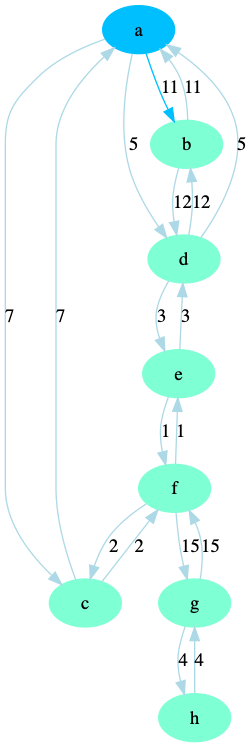
Before: run/output/graph002.gv.png, a diagram exported from Graphviz (CarlosMatheus/Distributed-Minimum-Spanning-Tree). Its source is kept beside it as run/output/graph002.gv. Source of this version:
```dot
digraph "output/graph002" {
	a [color=deepskyblue1 style=filled]
	b [color=aquamarine style=filled]
	c [color=aquamarine style=filled]
	d [color=aquamarine style=filled]
	e [color=aquamarine style=filled]
	f [color=aquamarine style=filled]
	g [color=aquamarine style=filled]
	h [color=aquamarine style=filled]
	a -> b [label=11 color=deepskyblue1]
	b -> a [label=11 color=lightblue]
	a -> c [label=7 color=lightblue]
	c -> a [label=7 color=lightblue]
	a -> d [label=5 color=lightblue]
	d -> a [label=5 color=lightblue]
	b -> d [label=12 color=lightblue]
	d -> b [label=12 color=lightblue]
	d -> e [label=3 color=lightblue]
	e -> d [label=3 color=lightblue]
	e -> f [label=1 color=lightblue]
	f -> e [label=1 color=lightblue]
	c -> f [label=2 color=lightblue]
	f -> c [label=2 color=lightblue]
	f -> g [label=15 color=lightblue]
	g -> f [label=15 color=lightblue]
	g -> h [label=4 color=lightblue]
	h -> g [label=4 color=lightblue]
}
```
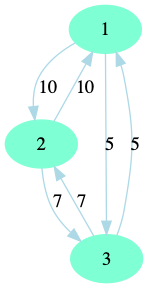
The same diagram one commit later.

What changed in the source:
```diff
@@ -1,28 +1,11 @@
 digraph "output/graph002" {
-	a [color=deepskyblue1 style=filled]
-	b [color=aquamarine style=filled]
-	c [color=aquamarine style=filled]
-	d [color=aquamarine style=filled]
-	e [color=aquamarine style=filled]
-	f [color=aquamarine style=filled]
-	g [color=aquamarine style=filled]
-	h [color=aquamarine style=filled]
-	a -> b [label=11 color=deepskyblue1]
-	b -> a [label=11 color=lightblue]
-	a -> c [label=7 color=lightblue]
-	c -> a [label=7 color=lightblue]
-	a -> d [label=5 color=lightblue]
-	d -> a [label=5 color=lightblue]
-	b -> d [label=12 color=lightblue]
-	d -> b [label=12 color=lightblue]
-	d -> e [label=3 color=lightblue]
-	e -> d [label=3 color=lightblue]
-	e -> f [label=1 color=lightblue]
-	f -> e [label=1 color=lightblue]
-	c -> f [label=2 color=lightblue]
-	f -> c [label=2 color=lightblue]
-	f -> g [label=15 color=lightblue]
-	g -> f [label=15 color=lightblue]
-	g -> h [label=4 color=lightblue]
-	h -> g [label=4 color=lightblue]
+	1 [color=aquamarine style=filled]
+	2 [color=aquamarine style=filled]
+	3 [color=aquamarine style=filled]
+	1 -> 2 [label=10 color=lightblue]
+	2 -> 1 [label=10 color=lightblue]
+	2 -> 3 [label=7 color=lightblue]
+	3 -> 2 [label=7 color=lightblue]
+	1 -> 3 [label=5 color=lightblue]
+	3 -> 1 [label=5 color=lightblue]
 }
```
